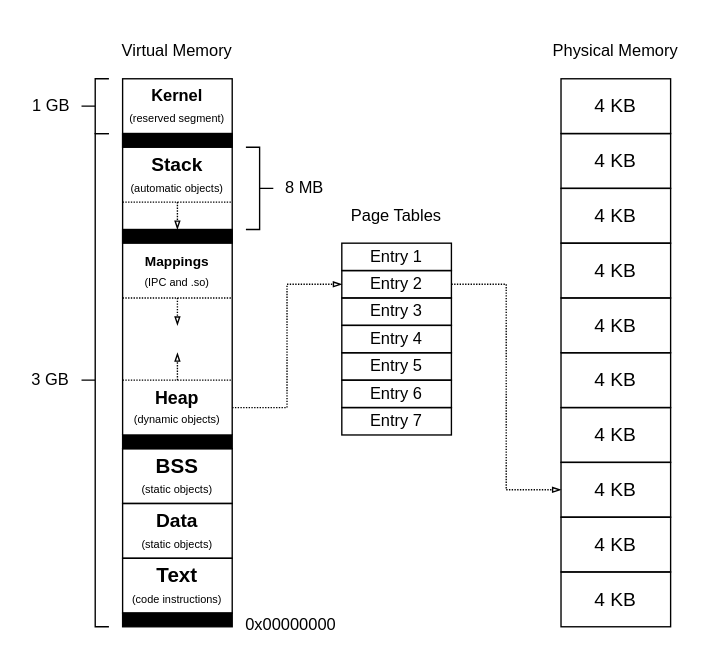
This is projects/examples/source/09.17.drawio from i-s-m-mipt/Education, a draw.io file, before an edit. Source tidied: cells renumbered, new cells numbered last; positions are measured from the earlier drawing's top-left corner, leaving out a move shared by most shapes. Both pictures are drawn from the tidied source at 137%, with x=0, y=0 at pixel (23, 23).
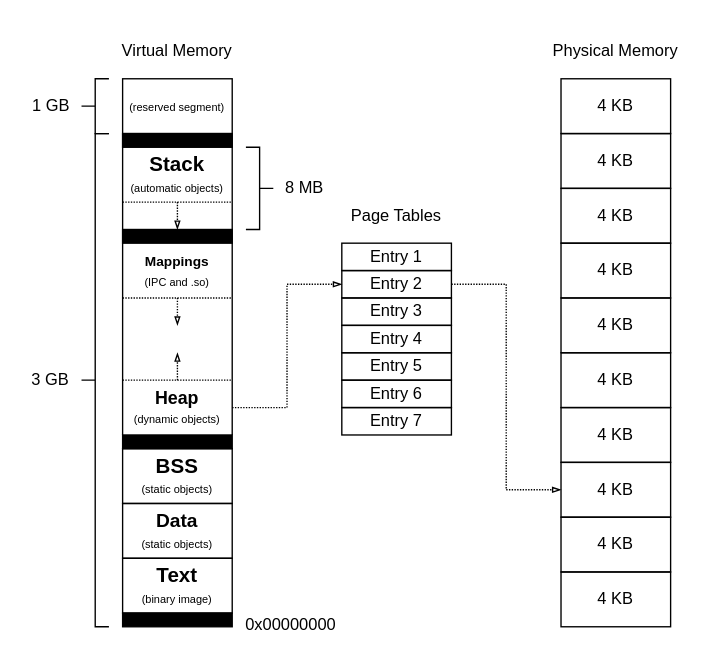
Above is the later version.

Change to the diagram source:
```diff
@@
-    <mxCell id="3" value="&lt;font style=&quot;&quot;&gt;&lt;b style=&quot;&quot;&gt;&lt;font&gt;Kernel&lt;/font&gt;&lt;/b&gt;&lt;br&gt;&lt;font style=&quot;font-size: 8px;&quot;&gt;(reserved segment)&lt;/font&gt;&lt;/font&gt;" style="rounded=0;whiteSpace=wrap;html=1;fillColor=none;fontFamily=Helvetica;" parent="1" vertex="1">
+    <mxCell id="3" value="&lt;font style=&quot;&quot;&gt;&lt;font style=&quot;font-size: 8px;&quot;&gt;(reserved segment)&lt;/font&gt;&lt;/font&gt;" style="rounded=0;whiteSpace=wrap;html=1;fillColor=none;fontFamily=Helvetica;" parent="1" vertex="1">
       <mxGeometry x="72" y="40" width="80" height="40" as="geometry" />
     </mxCell>
-    <mxCell id="4" value="&lt;b style=&quot;&quot;&gt;&lt;font style=&quot;font-size: 14px;&quot;&gt;Stack&lt;/font&gt;&lt;/b&gt;&lt;div&gt;&lt;font style=&quot;font-size: 8px;&quot;&gt;(automatic objects)&lt;/font&gt;&lt;/div&gt;" style="rounded=0;whiteSpace=wrap;html=1;strokeColor=none;fillColor=none;fontFamily=Helvetica;" parent="1" vertex="1">
+    <mxCell id="4" value="&lt;b style=&quot;&quot;&gt;&lt;font style=&quot;font-size: 15px;&quot;&gt;Stack&lt;/font&gt;&lt;/b&gt;&lt;div&gt;&lt;font style=&quot;font-size: 8px;&quot;&gt;(automatic objects)&lt;/font&gt;&lt;/div&gt;" style="rounded=0;whiteSpace=wrap;html=1;strokeColor=none;fillColor=none;fontFamily=Helvetica;" parent="1" vertex="1">
       <mxGeometry x="72" y="90" width="80" height="40" as="geometry" />
     </mxCell>
@@
-    <mxCell id="7" value="&lt;b style=&quot;&quot;&gt;&lt;font style=&quot;font-size: 15px;&quot;&gt;Text&lt;/font&gt;&lt;/b&gt;&lt;div&gt;&lt;font style=&quot;font-size: 8px;&quot;&gt;(code instructions)&lt;/font&gt;&lt;/div&gt;" style="rounded=0;whiteSpace=wrap;html=1;strokeColor=default;fillColor=none;fontFamily=Helvetica;" parent="1" vertex="1">
+    <mxCell id="7" value="&lt;b style=&quot;&quot;&gt;&lt;font style=&quot;font-size: 15px;&quot;&gt;Text&lt;/font&gt;&lt;/b&gt;&lt;div&gt;&lt;font style=&quot;font-size: 8px;&quot;&gt;(binary image)&lt;/font&gt;&lt;/div&gt;" style="rounded=0;whiteSpace=wrap;html=1;strokeColor=default;fillColor=none;fontFamily=Helvetica;" parent="1" vertex="1">
       <mxGeometry x="72" y="390" width="80" height="40" as="geometry" />
     </mxCell>
@@
-    <mxCell id="36" value="&lt;span&gt;&lt;font style=&quot;font-size: 14px;&quot;&gt;4 KB&lt;/font&gt;&lt;/span&gt;" style="rounded=0;whiteSpace=wrap;html=1;fillColor=none;fontStyle=0;" parent="1" vertex="1">
+    <mxCell id="36" value="&lt;span&gt;&lt;font&gt;4 KB&lt;/font&gt;&lt;/span&gt;" style="rounded=0;whiteSpace=wrap;html=1;fillColor=none;fontStyle=0;fontSize=12;" parent="1" vertex="1">
       <mxGeometry x="392" y="160" width="80" height="40" as="geometry" />
     </mxCell>
-    <mxCell id="37" value="&lt;span&gt;&lt;font style=&quot;font-size: 14px;&quot;&gt;4 KB&lt;/font&gt;&lt;/span&gt;" style="rounded=0;whiteSpace=wrap;html=1;fillColor=none;fontStyle=0;" parent="1" vertex="1">
+    <mxCell id="37" value="&lt;span&gt;&lt;font&gt;4 KB&lt;/font&gt;&lt;/span&gt;" style="rounded=0;whiteSpace=wrap;html=1;fillColor=none;fontStyle=0;fontSize=12;" parent="1" vertex="1">
       <mxGeometry x="392" y="200" width="80" height="40" as="geometry" />
     </mxCell>
-    <mxCell id="38" value="&lt;span&gt;&lt;font style=&quot;font-size: 14px;&quot;&gt;4 KB&lt;/font&gt;&lt;/span&gt;" style="rounded=0;whiteSpace=wrap;html=1;fillColor=none;fontStyle=0;" parent="1" vertex="1">
+    <mxCell id="38" value="&lt;span&gt;&lt;font&gt;4 KB&lt;/font&gt;&lt;/span&gt;" style="rounded=0;whiteSpace=wrap;html=1;fillColor=none;fontStyle=0;fontSize=12;" parent="1" vertex="1">
       <mxGeometry x="392" y="240" width="80" height="40" as="geometry" />
     </mxCell>
-    <mxCell id="39" value="&lt;span&gt;&lt;font style=&quot;font-size: 14px;&quot;&gt;4 KB&lt;/font&gt;&lt;/span&gt;" style="rounded=0;whiteSpace=wrap;html=1;fillColor=none;fontStyle=0;" parent="1" vertex="1">
+    <mxCell id="39" value="&lt;span&gt;&lt;font&gt;4 KB&lt;/font&gt;&lt;/span&gt;" style="rounded=0;whiteSpace=wrap;html=1;fillColor=none;fontStyle=0;fontSize=12;" parent="1" vertex="1">
       <mxGeometry x="392" y="120" width="80" height="40" as="geometry" />
     </mxCell>
-    <mxCell id="40" value="&lt;span&gt;&lt;font style=&quot;font-size: 14px;&quot;&gt;4 KB&lt;/font&gt;&lt;/span&gt;" style="rounded=0;whiteSpace=wrap;html=1;fillColor=none;fontStyle=0;" parent="1" vertex="1">
+    <mxCell id="40" value="&lt;span&gt;&lt;font&gt;4 KB&lt;/font&gt;&lt;/span&gt;" style="rounded=0;whiteSpace=wrap;html=1;fillColor=none;fontStyle=0;" parent="1" vertex="1">
       <mxGeometry x="392" y="40" width="80" height="40" as="geometry" />
     </mxCell>
-    <mxCell id="41" value="&lt;span&gt;&lt;font style=&quot;font-size: 14px;&quot;&gt;4 KB&lt;/font&gt;&lt;/span&gt;" style="rounded=0;whiteSpace=wrap;html=1;fillColor=none;fontStyle=0;" parent="1" vertex="1">
+    <mxCell id="41" value="&lt;span&gt;&lt;font&gt;4 KB&lt;/font&gt;&lt;/span&gt;" style="rounded=0;whiteSpace=wrap;html=1;fillColor=none;fontStyle=0;fontSize=12;" parent="1" vertex="1">
       <mxGeometry x="392" y="80" width="80" height="40" as="geometry" />
     </mxCell>
-    <mxCell id="42" value="&lt;span&gt;&lt;font style=&quot;font-size: 14px;&quot;&gt;4 KB&lt;/font&gt;&lt;/span&gt;" style="rounded=0;whiteSpace=wrap;html=1;fillColor=none;fontStyle=0;" parent="1" vertex="1">
+    <mxCell id="42" value="&lt;span&gt;&lt;font&gt;4 KB&lt;/font&gt;&lt;/span&gt;" style="rounded=0;whiteSpace=wrap;html=1;fillColor=none;fontStyle=0;fontSize=12;" parent="1" vertex="1">
       <mxGeometry x="392" y="280" width="80" height="40" as="geometry" />
     </mxCell>
-    <mxCell id="43" value="&lt;span&gt;&lt;font style=&quot;font-size: 14px;&quot;&gt;4 KB&lt;/font&gt;&lt;/span&gt;" style="rounded=0;whiteSpace=wrap;html=1;fillColor=none;fontStyle=0;" parent="1" vertex="1">
+    <mxCell id="43" value="&lt;span&gt;&lt;font&gt;4 KB&lt;/font&gt;&lt;/span&gt;" style="rounded=0;whiteSpace=wrap;html=1;fillColor=none;fontStyle=0;fontSize=12;" parent="1" vertex="1">
       <mxGeometry x="392" y="320" width="80" height="40" as="geometry" />
     </mxCell>
-    <mxCell id="44" value="&lt;span&gt;&lt;font style=&quot;font-size: 14px;&quot;&gt;4 KB&lt;/font&gt;&lt;/span&gt;" style="rounded=0;whiteSpace=wrap;html=1;fillColor=none;fontStyle=0;" parent="1" vertex="1">
+    <mxCell id="44" value="&lt;span&gt;&lt;font&gt;4 KB&lt;/font&gt;&lt;/span&gt;" style="rounded=0;whiteSpace=wrap;html=1;fillColor=none;fontStyle=0;fontSize=12;" parent="1" vertex="1">
       <mxGeometry x="392" y="360" width="80" height="40" as="geometry" />
     </mxCell>
-    <mxCell id="45" value="&lt;span&gt;&lt;font style=&quot;font-size: 14px;&quot;&gt;4 KB&lt;/font&gt;&lt;/span&gt;" style="rounded=0;whiteSpace=wrap;html=1;fillColor=none;fontStyle=0;" parent="1" vertex="1">
+    <mxCell id="45" value="&lt;span&gt;&lt;font&gt;4 KB&lt;/font&gt;&lt;/span&gt;" style="rounded=0;whiteSpace=wrap;html=1;fillColor=none;fontStyle=0;fontSize=12;" parent="1" vertex="1">
       <mxGeometry x="392" y="400" width="80" height="40" as="geometry" />
     </mxCell>
```
